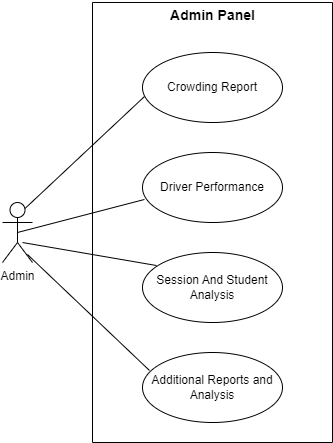
Above: Project Real-Time Bus ID Verification and Tracking/DOCUMENTATION/UseCaseDiagrams/ReportAnalysis.drawio.png in Abubakar-doc/FYP-24-SE-A-204 (draw.io), before the change. Source tidied: cells renumbered, new cells last; positions are measured from the earlier drawing's top-left corner, leaving out a move shared by most shapes.
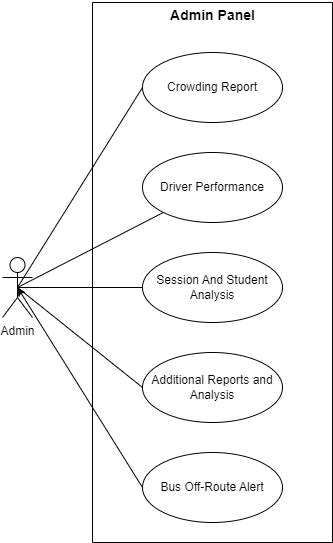
After the change.

Diff of the diagram source:
```diff
@@ -3,7 +3,7 @@
     <mxCell id="0" />
     <mxCell id="1" parent="0" />
     <mxCell id="2" style="swimlane;startSize=0;" parent="1" vertex="1">
-      <mxGeometry x="90" y="2" width="240" height="440" as="geometry" />
+      <mxGeometry x="90" y="2" width="240" height="540" as="geometry" />
     </mxCell>
     <mxCell id="3" value="Crowding Report" style="ellipse;whiteSpace=wrap;html=1;" parent="2" vertex="1">
       <mxGeometry x="50" y="50" width="140" height="70" as="geometry" />
@@ -17,23 +17,29 @@
     <mxCell id="6" value="Additional Reports and Analysis" style="ellipse;whiteSpace=wrap;html=1;" parent="2" vertex="1">
       <mxGeometry x="50" y="350" width="140" height="70" as="geometry" />
     </mxCell>
-    <mxCell id="7" value="Admin" style="shape=umlActor;verticalLabelPosition=bottom;verticalAlign=top;html=1;" parent="1" vertex="1">
-      <mxGeometry y="202" width="30" height="60" as="geometry" />
-    </mxCell>
-    <mxCell id="8" value="&lt;b&gt;&lt;font style=&quot;font-size: 14px;&quot;&gt;Admin Panel&lt;/font&gt;&lt;/b&gt;" style="text;html=1;align=center;verticalAlign=middle;strokeColor=none;fillColor=none;" parent="1" vertex="1">
-      <mxGeometry x="155" width="110" height="30" as="geometry" />
-    </mxCell>
+    <mxCell id="13" value="&lt;p&gt;Bus Off-Route Alert&lt;/p&gt;" style="ellipse;whiteSpace=wrap;html=1;" parent="2" vertex="1">
+      <mxGeometry x="50" y="450" width="140" height="70" as="geometry" />
+    </mxCell>
-    <mxCell id="9" style="endArrow=none;html=1;rounded=0;exitX=0.75;exitY=0.1;exitDx=0;exitDy=0;exitPerimeter=0;entryX=0.014;entryY=0.629;entryDx=0;entryDy=0;entryPerimeter=0;" parent="1" edge="1" source="7" target="3">
+    <mxCell id="9" style="rounded=0;jettySize=auto;html=1;exitX=0.5;exitY=0.5;exitDx=0;exitDy=0;exitPerimeter=0;entryX=0;entryY=0.5;entryDx=0;entryDy=0;endArrow=none;startFill=0;" parent="1" edge="1" source="7" target="3">
       <mxGeometry relative="1" as="geometry" />
     </mxCell>
-    <mxCell id="10" style="endArrow=none;html=1;rounded=0;exitX=0.5;exitY=0.5;exitDx=0;exitDy=0;exitPerimeter=0;entryX=0.014;entryY=0.671;entryDx=0;entryDy=0;entryPerimeter=0;" parent="1" edge="1" source="7" target="5">
+    <mxCell id="10" style="rounded=0;jettySize=auto;html=1;exitX=0.5;exitY=0.5;exitDx=0;exitDy=0;exitPerimeter=0;endArrow=none;startFill=0;" parent="1" edge="1" source="7" target="5">
       <mxGeometry relative="1" as="geometry" />
     </mxCell>
-    <mxCell id="11" style="endArrow=none;html=1;rounded=0;exitX=0.667;exitY=0.667;exitDx=0;exitDy=0;exitPerimeter=0;entryX=0.1;entryY=0.186;entryDx=0;entryDy=0;entryPerimeter=0;" parent="1" edge="1" source="7" target="4">
+    <mxCell id="11" style="rounded=0;jettySize=auto;html=1;exitX=0.5;exitY=0.5;exitDx=0;exitDy=0;exitPerimeter=0;entryX=0;entryY=0.5;entryDx=0;entryDy=0;endArrow=none;startFill=0;" parent="1" edge="1" source="7" target="4">
       <mxGeometry relative="1" as="geometry" />
     </mxCell>
-    <mxCell id="12" style="endArrow=none;html=1;rounded=0;exitX=0.833;exitY=0.867;exitDx=0;exitDy=0;exitPerimeter=0;entryX=0.05;entryY=0.257;entryDx=0;entryDy=0;entryPerimeter=0;" parent="1" edge="1" source="7" target="6">
+    <mxCell id="12" style="rounded=0;jettySize=auto;html=1;exitX=0.5;exitY=0.5;exitDx=0;exitDy=0;exitPerimeter=0;entryX=0;entryY=0.5;entryDx=0;entryDy=0;endArrow=none;startFill=0;" parent="1" edge="1" source="7" target="6">
       <mxGeometry relative="1" as="geometry" />
     </mxCell>
+    <mxCell id="7" value="Admin" style="shape=umlActor;verticalLabelPosition=bottom;verticalAlign=top;html=1;" parent="1" vertex="1">
+      <mxGeometry y="257" width="30" height="60" as="geometry" />
+    </mxCell>
+    <mxCell id="8" value="&lt;b&gt;&lt;font style=&quot;font-size: 14px;&quot;&gt;Admin Panel&lt;/font&gt;&lt;/b&gt;" style="text;html=1;align=center;verticalAlign=middle;strokeColor=none;fillColor=none;" parent="1" vertex="1">
+      <mxGeometry x="155" width="110" height="30" as="geometry" />
+    </mxCell>
+    <mxCell id="14" style="rounded=0;jettySize=auto;html=1;entryX=0.5;entryY=0.5;entryDx=0;entryDy=0;entryPerimeter=0;exitX=0;exitY=0.5;exitDx=0;exitDy=0;" parent="1" edge="1" source="13" target="7">
+      <mxGeometry relative="1" as="geometry" />
+    </mxCell>
   </root>
 </mxGraphModel>
```
